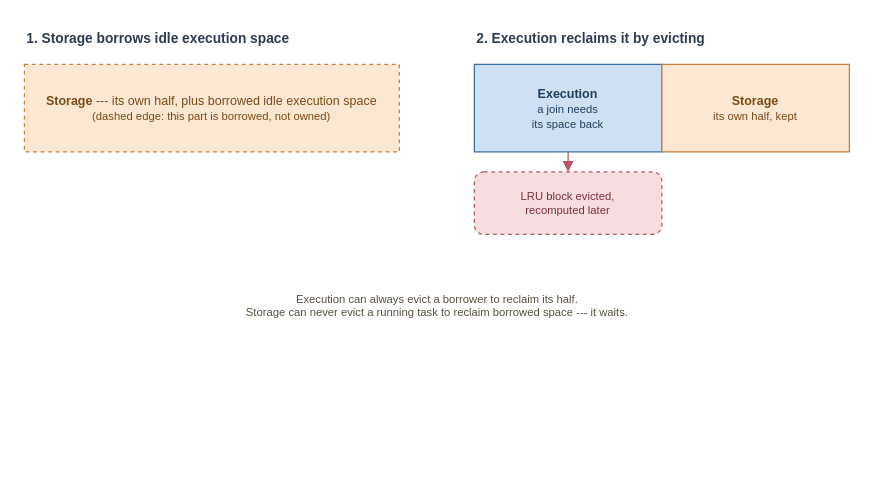
This is book/figures/memory-borrowing-eviction.drawio from AlanPhan04/spark-101-to-pro, a draw.io file, before an edit. Source tidied: cells renumbered, new cells numbered last; positions are measured from the earlier drawing's top-left corner, leaving out a move shared by most shapes. Both pictures are drawn from the tidied source at 125%, with x=0, y=0 at pixel (24, 21).
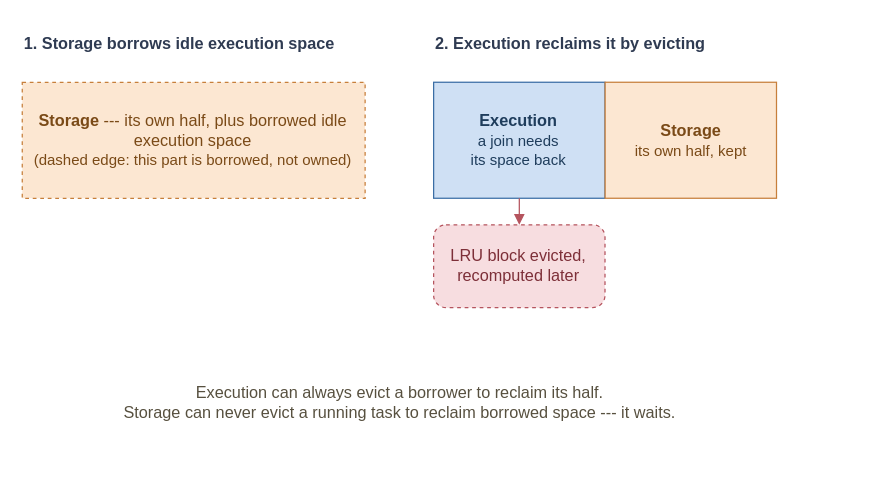
Above is the later version.

Diff of the diagram source:
```diff
@@
 <mxGraphModel>
   <root>
     <mxCell id="0" />
     <mxCell id="1" parent="0" />
-    <mxCell id="2" value="&lt;b&gt;1. Storage borrows idle execution space&lt;/b&gt;" style="text;html=1;align=left;fontSize=11;fontColor=#2f3b52;" parent="1" vertex="1">
-      <mxGeometry width="320" height="24" as="geometry" />
+    <mxCell id="2" value="&lt;b&gt;1. Storage borrows idle execution space&lt;/b&gt;" style="text;html=1;align=left;fontSize=13;fontColor=#2f3b52;" parent="1" vertex="1">
+      <mxGeometry x="-1.7" y="3.3" width="292.6" height="31.8" as="geometry" />
     </mxCell>
-    <mxCell id="3" value="&lt;b&gt;Storage&lt;/b&gt; --- its own half, plus borrowed idle execution space&lt;br&gt;&lt;span style=&quot;font-size:9px&quot;&gt;(dashed edge: this part is borrowed, not owned)&lt;/span&gt;" style="rounded=0;whiteSpace=wrap;html=1;fillColor=#fce7d2;strokeColor=#c77f3b;dashed=1;fontSize=10;fontColor=#7a4a17;" parent="1" vertex="1">
-      <mxGeometry y="34" width="300" height="70" as="geometry" />
+    <mxCell id="3" value="&lt;b&gt;Storage&lt;/b&gt; --- its own half, plus borrowed idle execution space&lt;br&gt;&lt;span style=&quot;font-size:12px&quot;&gt;(dashed edge: this part is borrowed, not owned)&lt;/span&gt;" style="rounded=0;whiteSpace=wrap;html=1;fillColor=#fce7d2;strokeColor=#c77f3b;dashed=1;fontSize=13;fontColor=#7a4a17;" parent="1" vertex="1">
+      <mxGeometry x="-1.7" y="48.3" width="274.3" height="92.8" as="geometry" />
     </mxCell>
-    <mxCell id="4" value="&lt;b&gt;2. Execution reclaims it by evicting&lt;/b&gt;" style="text;html=1;align=left;fontSize=11;fontColor=#2f3b52;" parent="1" vertex="1">
-      <mxGeometry x="360" width="320" height="24" as="geometry" />
+    <mxCell id="4" value="&lt;b&gt;2. Execution reclaims it by evicting&lt;/b&gt;" style="text;html=1;align=left;fontSize=13;fontColor=#2f3b52;" parent="1" vertex="1">
+      <mxGeometry x="327.4" y="3.3" width="292.6" height="31.8" as="geometry" />
     </mxCell>
-    <mxCell id="5" value="&lt;b&gt;Execution&lt;/b&gt;&lt;br&gt;&lt;span style=&quot;font-size:9px&quot;&gt;a join needs&lt;br&gt;its space back&lt;/span&gt;" style="rounded=0;whiteSpace=wrap;html=1;fillColor=#cfe0f4;strokeColor=#3b6ea5;fontSize=10;fontColor=#1f3d5c;" parent="1" vertex="1">
-      <mxGeometry x="360" y="34" width="150" height="70" as="geometry" />
+    <mxCell id="5" value="&lt;b&gt;Execution&lt;/b&gt;&lt;br&gt;&lt;span style=&quot;font-size:12px&quot;&gt;a join needs&lt;br&gt;its space back&lt;/span&gt;" style="rounded=0;whiteSpace=wrap;html=1;fillColor=#cfe0f4;strokeColor=#3b6ea5;fontSize=13;fontColor=#1f3d5c;" parent="1" vertex="1">
+      <mxGeometry x="327.4" y="48.3" width="137.1" height="92.8" as="geometry" />
     </mxCell>
-    <mxCell id="6" value="&lt;b&gt;Storage&lt;/b&gt;&lt;br&gt;&lt;span style=&quot;font-size:9px&quot;&gt;its own half, kept&lt;/span&gt;" style="rounded=0;whiteSpace=wrap;html=1;fillColor=#fce7d2;strokeColor=#c77f3b;fontSize=10;fontColor=#7a4a17;" parent="1" vertex="1">
-      <mxGeometry x="510" y="34" width="150" height="70" as="geometry" />
+    <mxCell id="6" value="&lt;b&gt;Storage&lt;/b&gt;&lt;br&gt;&lt;span style=&quot;font-size:12px&quot;&gt;its own half, kept&lt;/span&gt;" style="rounded=0;whiteSpace=wrap;html=1;fillColor=#fce7d2;strokeColor=#c77f3b;fontSize=13;fontColor=#7a4a17;" parent="1" vertex="1">
+      <mxGeometry x="464.6" y="48.3" width="137.1" height="92.8" as="geometry" />
     </mxCell>
-    <mxCell id="7" value="LRU block evicted,&lt;br&gt;recomputed later" style="rounded=1;whiteSpace=wrap;html=1;fillColor=#f7dde0;strokeColor=#b5545e;fontSize=9;fontColor=#7d2f38;dashed=1;" parent="1" vertex="1">
-      <mxGeometry x="360" y="120" width="150" height="50" as="geometry" />
+    <mxCell id="7" value="LRU block evicted,&lt;br&gt;recomputed later" style="rounded=1;whiteSpace=wrap;html=1;fillColor=#f7dde0;strokeColor=#b5545e;fontSize=13;fontColor=#7d2f38;dashed=1;" parent="1" vertex="1">
+      <mxGeometry x="327.4" y="162.3" width="137.1" height="66.3" as="geometry" />
     </mxCell>
     <mxCell id="8" style="edges=1;html=1;endArrow=block;strokeColor=#b5545e;exitX=0.5;exitY=1;entryX=0.5;entryY=0;" parent="1" edge="1" source="5" target="7">
       <mxGeometry relative="1" as="geometry" />
     </mxCell>
-    <mxCell id="9" value="Execution can always evict a borrower to reclaim its half.&lt;br&gt;Storage can never evict a running task to reclaim borrowed space --- it waits." style="text;html=1;align=center;fontSize=9;fontColor=#57503f;" parent="1" vertex="1">
-      <mxGeometry y="210" width="660" height="50" as="geometry" />
+    <mxCell id="9" value="Execution can always evict a borrower to reclaim its half.&lt;br&gt;Storage can never evict a running task to reclaim borrowed space --- it waits." style="text;html=1;align=center;fontSize=13;fontColor=#57503f;" parent="1" vertex="1">
+      <mxGeometry x="-1.7" y="281.7" width="603.4" height="66.3" as="geometry" />
     </mxCell>
   </root>
 </mxGraphModel>
```
